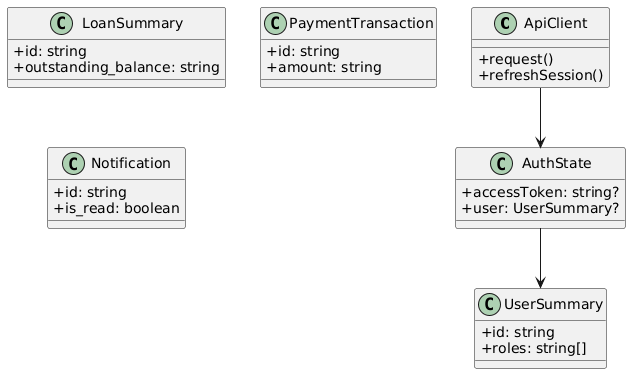
QuinntyneBrown/LendQ keeps this PlantUML diagram as docs/detailed-designs/diagrams/rendered/fe_class_api_types.png. Above is the earlier version.
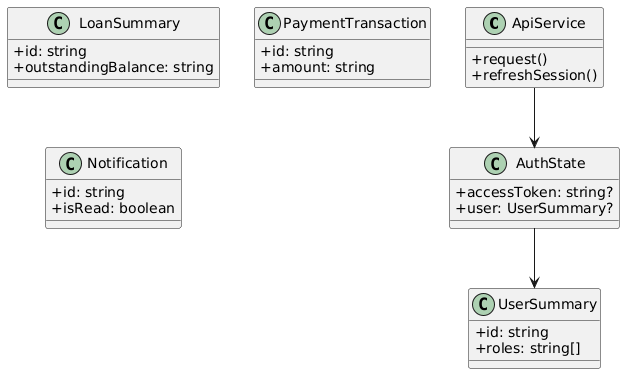
The same diagram one commit later.

Diff of the diagram source:
```diff
@@ -1,6 +1,6 @@
 @startuml
 skinparam classAttributeIconSize 0
-class ApiClient {
+class ApiService {
   +request()
   +refreshSession()
 }
@@ -14,7 +14,7 @@
 }
 class LoanSummary {
   +id: string
-  +outstanding_balance: string
+  +outstandingBalance: string
 }
 class PaymentTransaction {
   +id: string
@@ -22,8 +22,8 @@
 }
 class Notification {
   +id: string
-  +is_read: boolean
+  +isRead: boolean
 }
-ApiClient --> AuthState
+ApiService --> AuthState
 AuthState --> UserSummary
 @enduml
```
